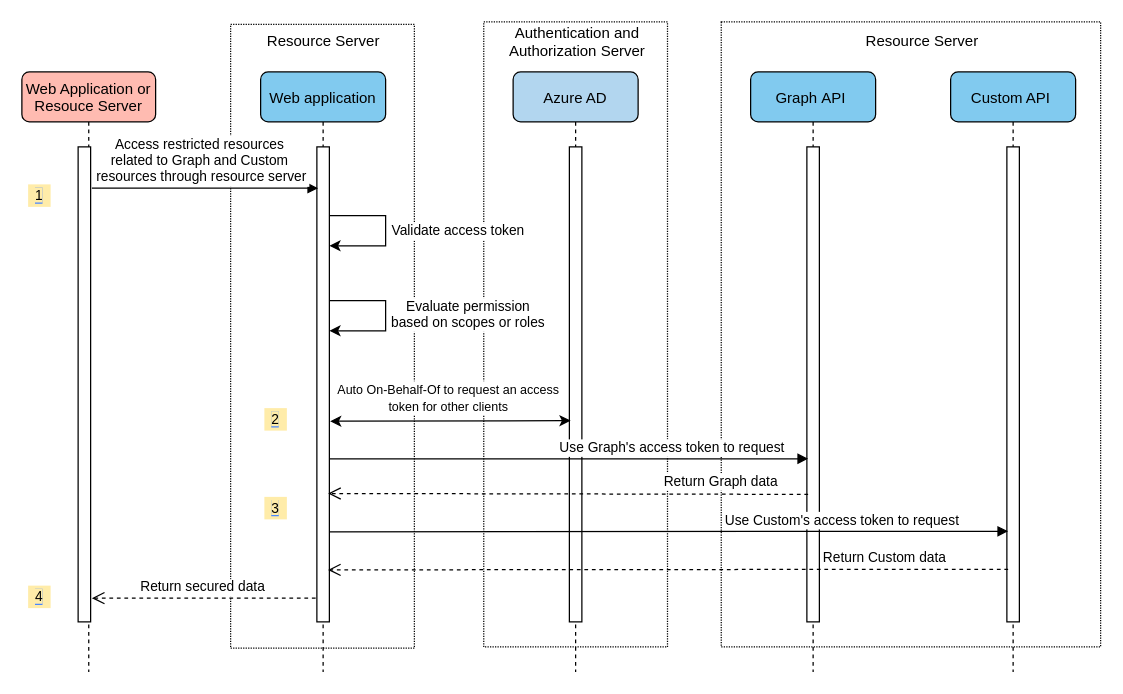
The draw.io diagram sdk/spring/azure-spring-boot-starter-active-directory/resource/source-file/add-based-resource-server-access-other-resources.drawio in Azure/azure-sdk-for-java, before the edit. Source tidied: cells renumbered, new cells numbered last; positions are measured from the earlier drawing's top-left corner, leaving out a move shared by most shapes. Both pictures are drawn from the tidied source at 125%, with x=0, y=0 at pixel (21, 21).
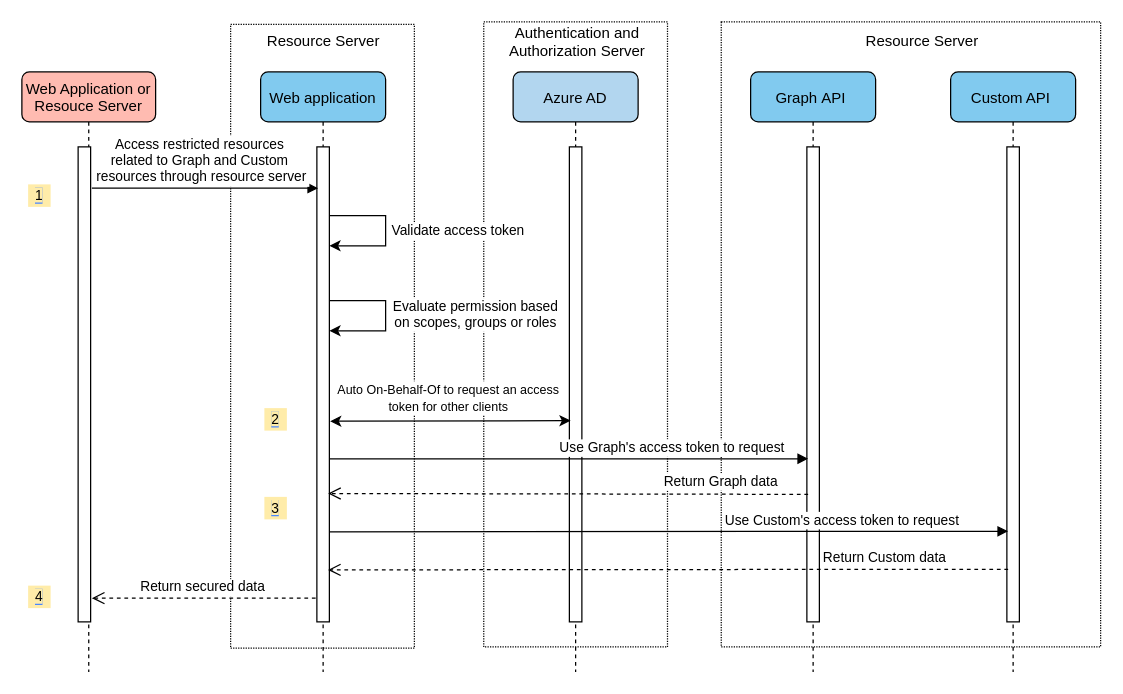
After the change.

The change refers to these unchanged cells:
```xml
<mxCell id="20" style="edgeStyle=orthogonalEdgeStyle;rounded=0;orthogonalLoop=1;jettySize=auto;html=1;entryX=1;entryY=0.479;entryDx=0;entryDy=0;entryPerimeter=0;fontSize=11;" parent="1" edge="1">
  <mxGeometry relative="1" as="geometry">
    <mxPoint x="246" y="223" as="sourcePoint" />
    <mxPoint x="246" y="247.1" as="targetPoint" />
    <Array as="points">
      <mxPoint x="291" y="223" />
      <mxPoint x="291" y="247" />
    </Array>
  </mxGeometry>
</mxCell>
```

What changed in the source:
```diff
@@
-    <mxCell id="21" value="Evaluate permission &#10;based on scopes or roles" style="edgeLabel;align=center;verticalAlign=middle;fontSize=11;spacingRight=0;spacingLeft=16;" parent="20" vertex="1">
+    <mxCell id="21" value="Evaluate permission based &#10;on scopes, groups or roles" style="edgeLabel;align=center;verticalAlign=middle;fontSize=11;spacingRight=0;spacingLeft=16;" parent="20" vertex="1">
       <mxGeometry x="-0.69" relative="1" as="geometry">
-        <mxPoint x="84.8" y="10" as="offset" />
+        <mxPoint x="90.8" y="10" as="offset" />
       </mxGeometry>
     </mxCell>
```
